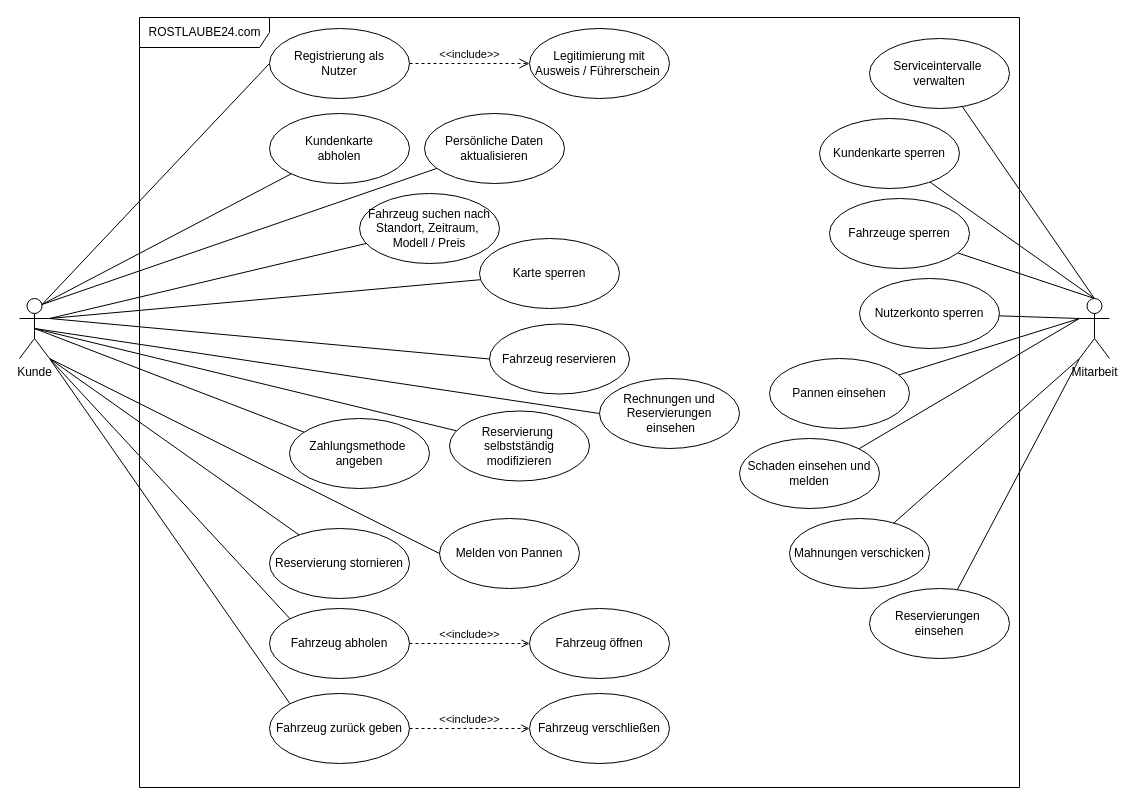
Before: Mini-Praktikum/a-USE-CASE-Anwendungsfalldiagramm-Praktikum.drawio in TheBlackDragon4/SWE-HS-Co-Se5, a draw.io diagram. Source tidied: cells renumbered, new cells numbered last; positions are measured from the earlier drawing's top-left corner, leaving out a move shared by most shapes. Both pictures are drawn from the tidied source at 100%, with x=0, y=0 at pixel (19, 17).
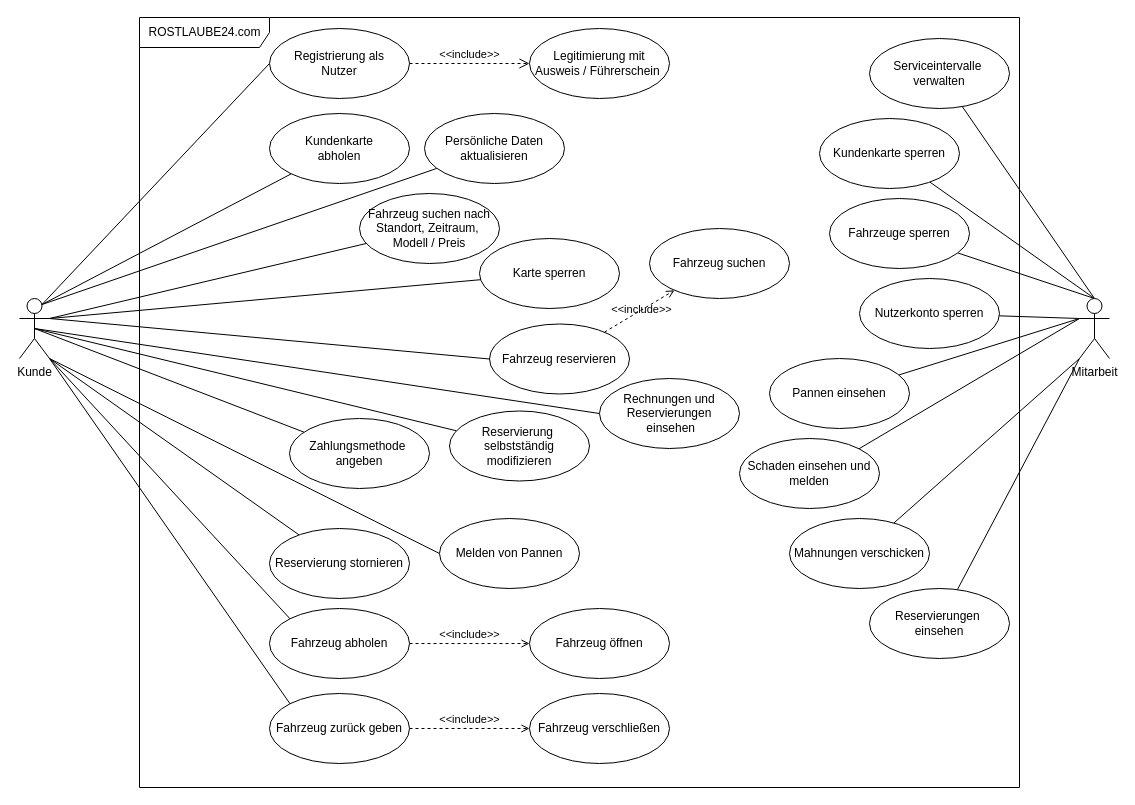
The same diagram, later.

Commit message (it also covers changes not shown here):
Update Fahrzeug suchen

Unchanged cells that the change refers to:
```xml
<mxCell id="29" value="Fahrzeug reservieren" style="ellipse;whiteSpace=wrap;html=1;" parent="1" vertex="1">
  <mxGeometry x="470" y="306.5" width="140" height="70" as="geometry" />
</mxCell>
```

Change to the diagram source:
```diff
@@
+    <mxCell id="53" value="Fahrzeug suchen" style="ellipse;whiteSpace=wrap;html=1;" parent="1" vertex="1">
+      <mxGeometry x="630" y="211" width="140" height="70" as="geometry" />
+    </mxCell>
+    <mxCell id="54" value="&amp;lt;&amp;lt;include&amp;gt;&amp;gt;" style="html=1;verticalAlign=bottom;labelBackgroundColor=none;endArrow=open;endFill=0;dashed=1;" parent="1" edge="1" source="29" target="53">
+      <mxGeometry x="-0.05" y="-7" relative="1" as="geometry" />
+    </mxCell>
```
